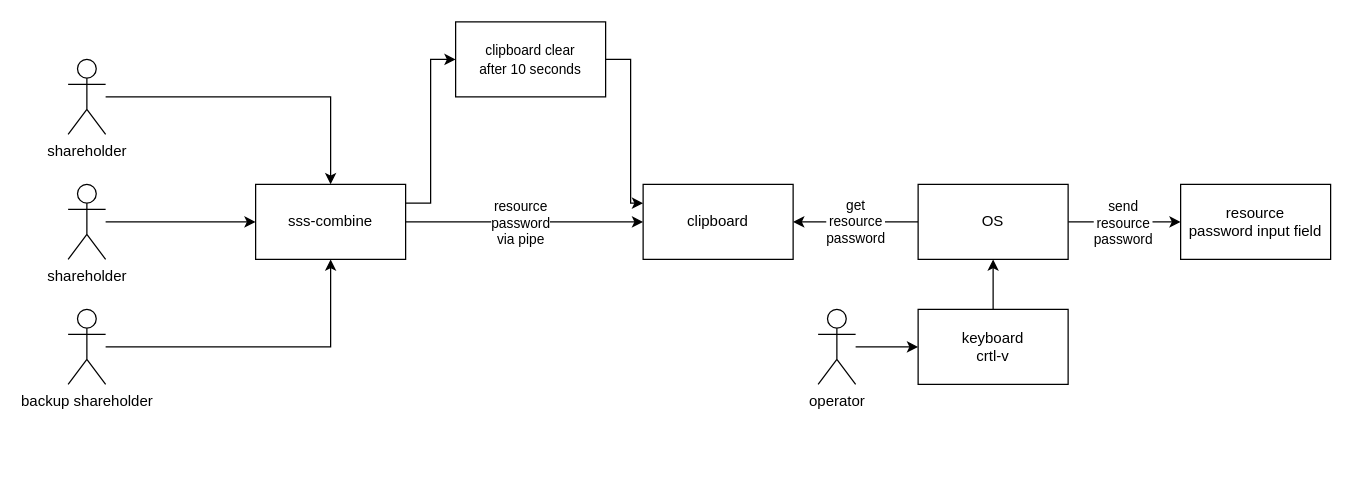
Above: page "sss" (1 of 2) of security/sss-model.drawio in rstyczynski/OCI_notes (draw.io), before the change. Source tidied: cells renumbered, new cells numbered last; positions are measured from the earlier drawing's top-left corner, leaving out a move shared by most shapes. Both pictures are drawn from the tidied source at 125%, with x=0, y=0 at pixel (68, 21).
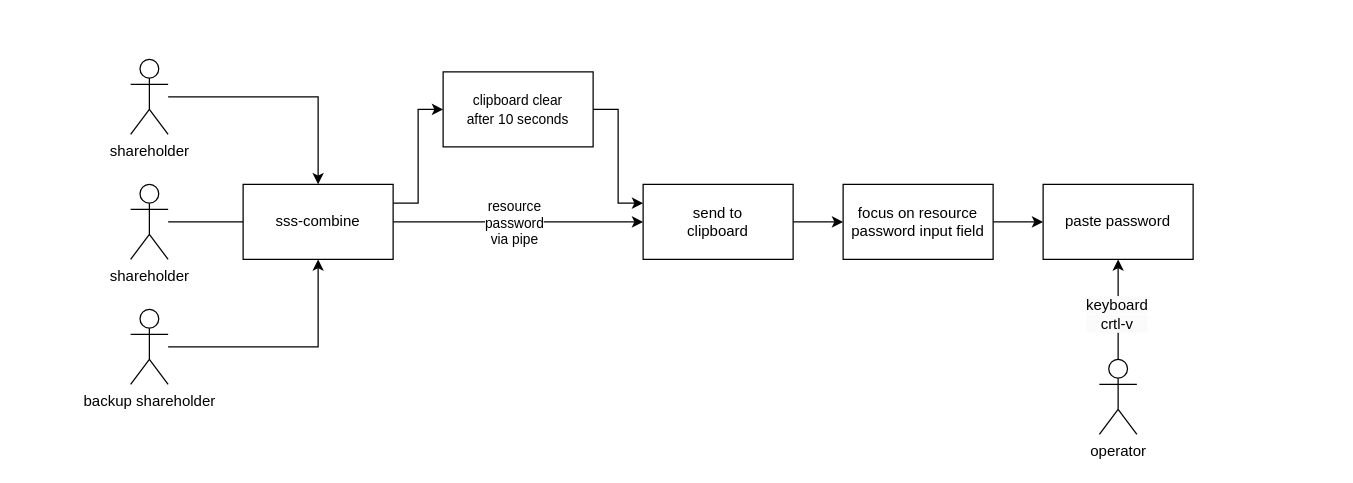
Above is the later version.

What changed in the source:
```diff
@@
     <mxCell id="4" style="edgeStyle=orthogonalEdgeStyle;rounded=0;jettySize=auto;html=1;entryX=0;entryY=0.25;entryDx=0;entryDy=0;exitX=1;exitY=0.5;exitDx=0;exitDy=0;" parent="1" edge="1" source="5" target="14">
       <mxGeometry relative="1" as="geometry">
         <Array as="points">
-          <mxPoint x="450" y="30" />
-          <mxPoint x="450" y="145" />
+          <mxPoint x="440" y="70" />
+          <mxPoint x="440" y="145" />
         </Array>
       </mxGeometry>
     </mxCell>
     <mxCell id="5" value="&lt;span style=&quot;font-size: 11px; text-wrap: nowrap; background-color: rgb(255, 255, 255);&quot;&gt;clipboard clear&lt;/span&gt;&lt;div&gt;&lt;span style=&quot;font-size: 11px; text-wrap: nowrap; background-color: rgb(255, 255, 255);&quot;&gt;after 10 seconds&lt;/span&gt;&lt;/div&gt;" style="whiteSpace=wrap;html=1;" parent="1" vertex="1">
-      <mxGeometry x="310" width="120" height="60" as="geometry" />
+      <mxGeometry x="300" y="40" width="120" height="60" as="geometry" />
     </mxCell>
@@
     <mxCell id="7" value="shareholder" style="shape=umlActor;verticalLabelPosition=bottom;verticalAlign=top;html=1;outlineConnect=0;" parent="1" vertex="1">
-      <mxGeometry y="30" width="30" height="60" as="geometry" />
+      <mxGeometry x="50" y="30" width="30" height="60" as="geometry" />
     </mxCell>
-    <mxCell id="8" style="edgeStyle=orthogonalEdgeStyle;rounded=0;jettySize=auto;html=1;" parent="1" edge="1" source="9" target="11">
-      <mxGeometry relative="1" as="geometry" />
+    <mxCell id="8" style="edgeStyle=orthogonalEdgeStyle;rounded=0;jettySize=auto;html=1;" parent="1" edge="1" source="9">
+      <mxGeometry relative="1" as="geometry">
+        <mxPoint x="190" y="160" as="targetPoint" />
+      </mxGeometry>
     </mxCell>
     <mxCell id="9" value="shareholder" style="shape=umlActor;verticalLabelPosition=bottom;verticalAlign=top;html=1;outlineConnect=0;" parent="1" vertex="1">
-      <mxGeometry y="130" width="30" height="60" as="geometry" />
+      <mxGeometry x="50" y="130" width="30" height="60" as="geometry" />
     </mxCell>
     <mxCell id="10" style="edgeStyle=orthogonalEdgeStyle;rounded=0;jettySize=auto;html=1;entryX=0;entryY=0.5;entryDx=0;entryDy=0;exitX=1;exitY=0.25;exitDx=0;exitDy=0;" parent="1" edge="1" source="11" target="5">
-      <mxGeometry relative="1" as="geometry" />
+      <mxGeometry relative="1" as="geometry">
+        <Array as="points">
+          <mxPoint x="280" y="145" />
+          <mxPoint x="280" y="70" />
+        </Array>
+      </mxGeometry>
     </mxCell>
     <mxCell id="11" value="sss-combine" style="whiteSpace=wrap;html=1;" parent="1" vertex="1">
-      <mxGeometry x="150" y="130" width="120" height="60" as="geometry" />
+      <mxGeometry x="140" y="130" width="120" height="60" as="geometry" />
     </mxCell>
-    <mxCell id="12" style="edgeStyle=orthogonalEdgeStyle;rounded=0;jettySize=auto;html=1;entryX=0;entryY=0.5;entryDx=0;entryDy=0;exitX=1;exitY=0.5;exitDx=0;exitDy=0;" parent="1" edge="1" source="23" target="17">
+    <mxCell id="12" style="edgeStyle=orthogonalEdgeStyle;rounded=0;jettySize=auto;html=1;entryX=0;entryY=0.5;entryDx=0;entryDy=0;exitX=1;exitY=0.5;exitDx=0;exitDy=0;" parent="1" edge="1" source="21" target="17">
       <mxGeometry relative="1" as="geometry" />
     </mxCell>
-    <mxCell id="13" value="send&lt;div&gt;resource&lt;div&gt;password&lt;/div&gt;&lt;/div&gt;" style="edgeLabel;html=1;align=center;verticalAlign=middle;" parent="12" vertex="1">
-      <mxGeometry x="-0.07" y="-2" relative="1" as="geometry">
-        <mxPoint x="1" y="-2" as="offset" />
-      </mxGeometry>
-    </mxCell>
+    <mxCell id="24" style="edgeStyle=orthogonalEdgeStyle;rounded=0;jettySize=auto;html=1;entryX=0;entryY=0.5;entryDx=0;entryDy=0;exitX=1;exitY=0.5;exitDx=0;exitDy=0;" parent="1" edge="1" source="14" target="21">
+      <mxGeometry relative="1" as="geometry" />
+    </mxCell>
-    <mxCell id="14" value="clipboard" style="whiteSpace=wrap;html=1;" parent="1" vertex="1">
+    <mxCell id="14" value="send to&lt;div&gt;clipboard&lt;/div&gt;" style="whiteSpace=wrap;html=1;" parent="1" vertex="1">
       <mxGeometry x="460" y="130" width="120" height="60" as="geometry" />
     </mxCell>
@@
     <mxCell id="16" value="backup shareholder" style="shape=umlActor;verticalLabelPosition=bottom;verticalAlign=top;html=1;outlineConnect=0;" parent="1" vertex="1">
-      <mxGeometry y="230" width="30" height="60" as="geometry" />
+      <mxGeometry x="50" y="230" width="30" height="60" as="geometry" />
     </mxCell>
-    <mxCell id="17" value="resource&lt;div&gt;password input field&lt;/div&gt;" style="whiteSpace=wrap;html=1;" parent="1" vertex="1">
-      <mxGeometry x="890" y="130" width="120" height="60" as="geometry" />
+    <mxCell id="17" value="paste password" style="whiteSpace=wrap;html=1;" parent="1" vertex="1">
+      <mxGeometry x="780" y="130" width="120" height="60" as="geometry" />
     </mxCell>
-    <mxCell id="18" style="edgeStyle=orthogonalEdgeStyle;rounded=0;jettySize=auto;html=1;entryX=0;entryY=0.5;entryDx=0;entryDy=0;" parent="1" edge="1" source="19" target="21">
+    <mxCell id="18" style="edgeStyle=orthogonalEdgeStyle;rounded=0;jettySize=auto;html=1;entryX=0.5;entryY=1;entryDx=0;entryDy=0;" parent="1" edge="1" source="19" target="17">
       <mxGeometry relative="1" as="geometry" />
     </mxCell>
+    <mxCell id="25" value="&lt;span style=&quot;font-size: 12px; text-wrap: wrap; background-color: rgb(251, 251, 251);&quot;&gt;keyboard&lt;/span&gt;&lt;div style=&quot;font-size: 12px; text-wrap: wrap; background-color: rgb(251, 251, 251);&quot;&gt;crtl-v&lt;/div&gt;" style="edgeLabel;html=1;align=center;verticalAlign=middle;" parent="18" vertex="1">
+      <mxGeometry x="-0.08" y="2" relative="1" as="geometry" />
+    </mxCell>
     <mxCell id="19" value="operator" style="shape=umlActor;verticalLabelPosition=bottom;verticalAlign=top;html=1;outlineConnect=0;" parent="1" vertex="1">
-      <mxGeometry x="600" y="230" width="30" height="60" as="geometry" />
+      <mxGeometry x="825" y="270" width="30" height="60" as="geometry" />
     </mxCell>
-    <mxCell id="20" style="edgeStyle=orthogonalEdgeStyle;rounded=0;jettySize=auto;html=1;entryX=0.5;entryY=1;entryDx=0;entryDy=0;" parent="1" edge="1" source="21" target="23">
-      <mxGeometry relative="1" as="geometry" />
-    </mxCell>
-    <mxCell id="21" value="keyboard&lt;div&gt;crtl-v&lt;/div&gt;" style="whiteSpace=wrap;html=1;" parent="1" vertex="1">
-      <mxGeometry x="680" y="230" width="120" height="60" as="geometry" />
+    <mxCell id="21" value="focus on resource&lt;div&gt;password input field&lt;/div&gt;" style="whiteSpace=wrap;html=1;" parent="1" vertex="1">
+      <mxGeometry x="620" y="130" width="120" height="60" as="geometry" />
     </mxCell>
-    <mxCell id="22" value="get&lt;div&gt;resource&lt;div&gt;password&lt;/div&gt;&lt;/div&gt;" style="edgeStyle=orthogonalEdgeStyle;rounded=0;jettySize=auto;html=1;entryX=1;entryY=0.5;entryDx=0;entryDy=0;" parent="1" edge="1" source="23" target="14">
-      <mxGeometry relative="1" as="geometry" />
-    </mxCell>
-    <mxCell id="23" value="OS" style="whiteSpace=wrap;html=1;" parent="1" vertex="1">
-      <mxGeometry x="680" y="130" width="120" height="60" as="geometry" />
-    </mxCell>
```
